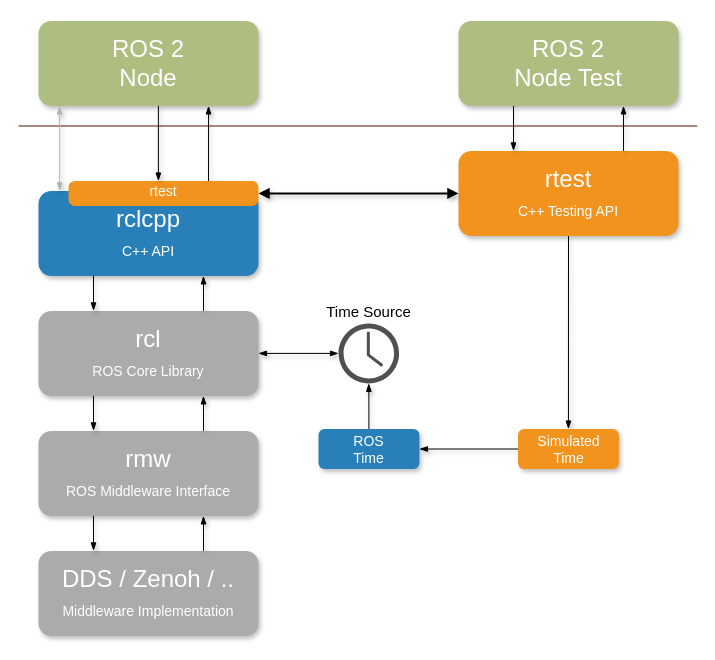
Earlier version of the draw.io diagram rtest/doc/Concepts/draw.io/rtest_layers.drawio (Beam-and-Spyrosoft/rtest). Source tidied: cells renumbered, new cells numbered last; positions are measured from the earlier drawing's top-left corner, leaving out a move shared by most shapes. Both pictures are drawn from the tidied source at 100%, with x=0, y=0 at pixel (38, -214).
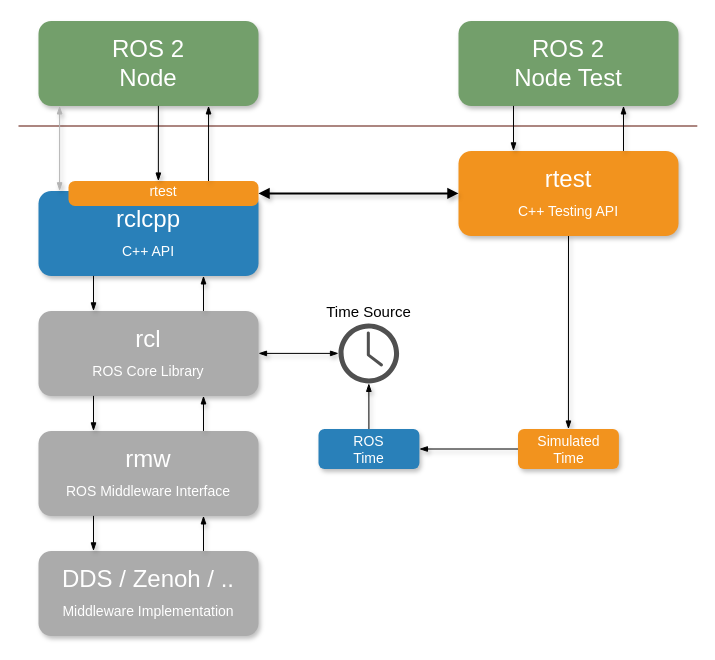
The same diagram, later.

Diff of the diagram source:
```diff
@@
-    <mxCell id="6" value="ROS 2&lt;div&gt;Node&lt;/div&gt;" style="rounded=1;whiteSpace=wrap;html=1;strokeColor=none;strokeWidth=1;fillColor=#AEBE80;fontSize=24;fontColor=#FFFFFF;align=center;gradientColor=none;gradientDirection=east;verticalAlign=middle;shadow=1;fontFamily=Helvetica;" parent="1" vertex="1">
+    <mxCell id="6" value="ROS 2&lt;div&gt;Node&lt;/div&gt;" style="rounded=1;whiteSpace=wrap;html=1;strokeColor=none;strokeWidth=1;fillColor=#739F6B;fontSize=24;fontColor=#FFFFFF;align=center;gradientColor=none;gradientDirection=east;verticalAlign=middle;shadow=1;fontFamily=Helvetica;" parent="1" vertex="1">
       <mxGeometry y="234.4" width="220" height="85" as="geometry" />
     </mxCell>
@@
-    <mxCell id="10" value="ROS 2&lt;div&gt;Node Test&lt;/div&gt;" style="rounded=1;whiteSpace=wrap;html=1;strokeColor=none;strokeWidth=1;fillColor=#AEBE80;fontSize=24;fontColor=#FFFFFF;align=center;gradientColor=none;gradientDirection=east;verticalAlign=middle;shadow=1;fontFamily=Helvetica;" parent="1" vertex="1">
+    <mxCell id="10" value="ROS 2&lt;div&gt;Node Test&lt;/div&gt;" style="rounded=1;whiteSpace=wrap;html=1;strokeColor=none;strokeWidth=1;fillColor=#739F6B;fontSize=24;fontColor=#FFFFFF;align=center;gradientColor=none;gradientDirection=east;verticalAlign=middle;shadow=1;fontFamily=Helvetica;" parent="1" vertex="1">
       <mxGeometry x="420" y="234.4" width="220" height="85" as="geometry" />
     </mxCell>
```
